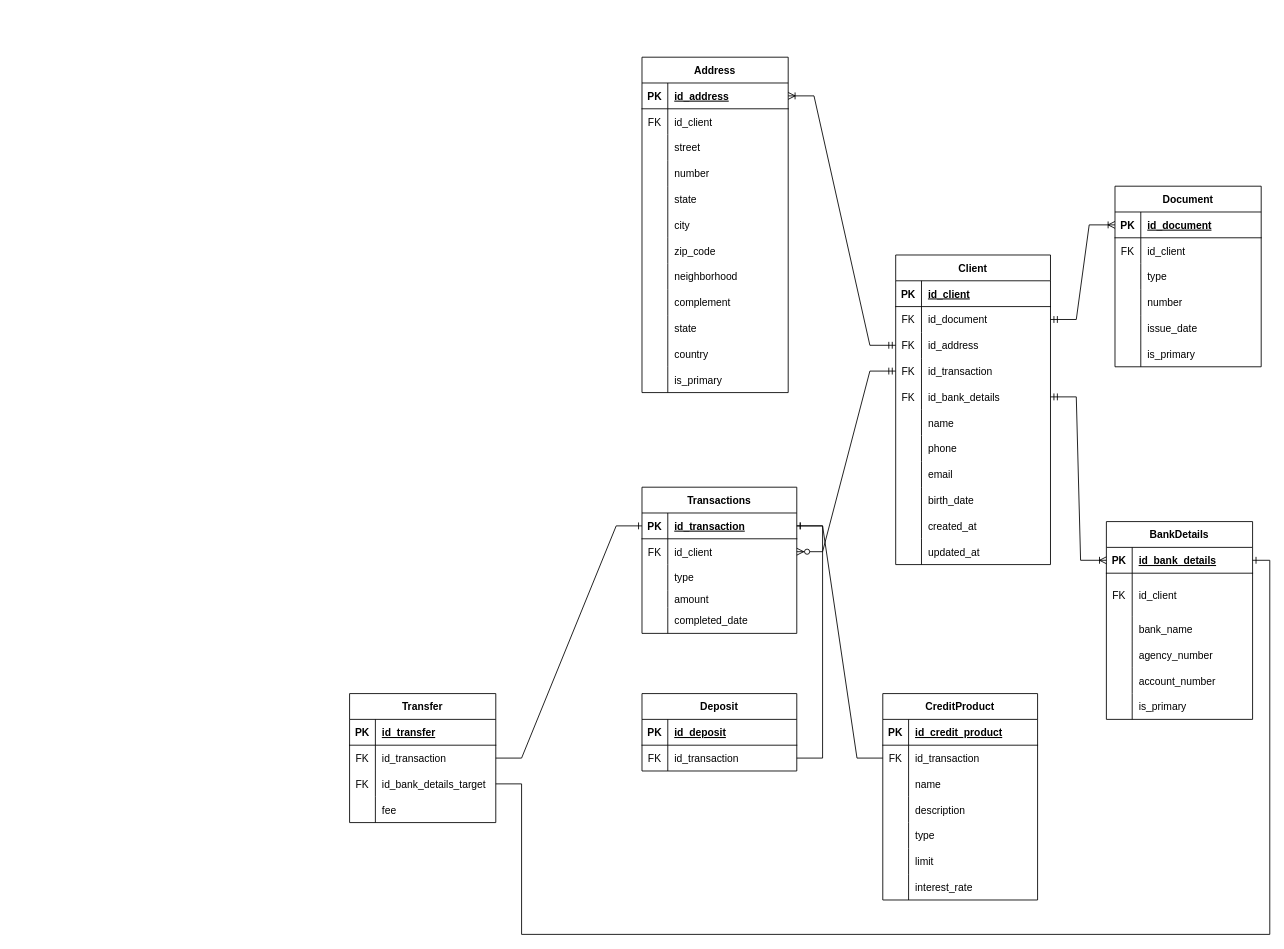
Earlier version of the draw.io diagram parte-1-v0.2.drawio (AnthonyMoura/random). Source tidied: cells renumbered, new cells numbered last; positions are measured from the earlier drawing's top-left corner, leaving out a move shared by most shapes. Both pictures are drawn from the tidied source at 86%, with x=0, y=0 at pixel (349, 57).
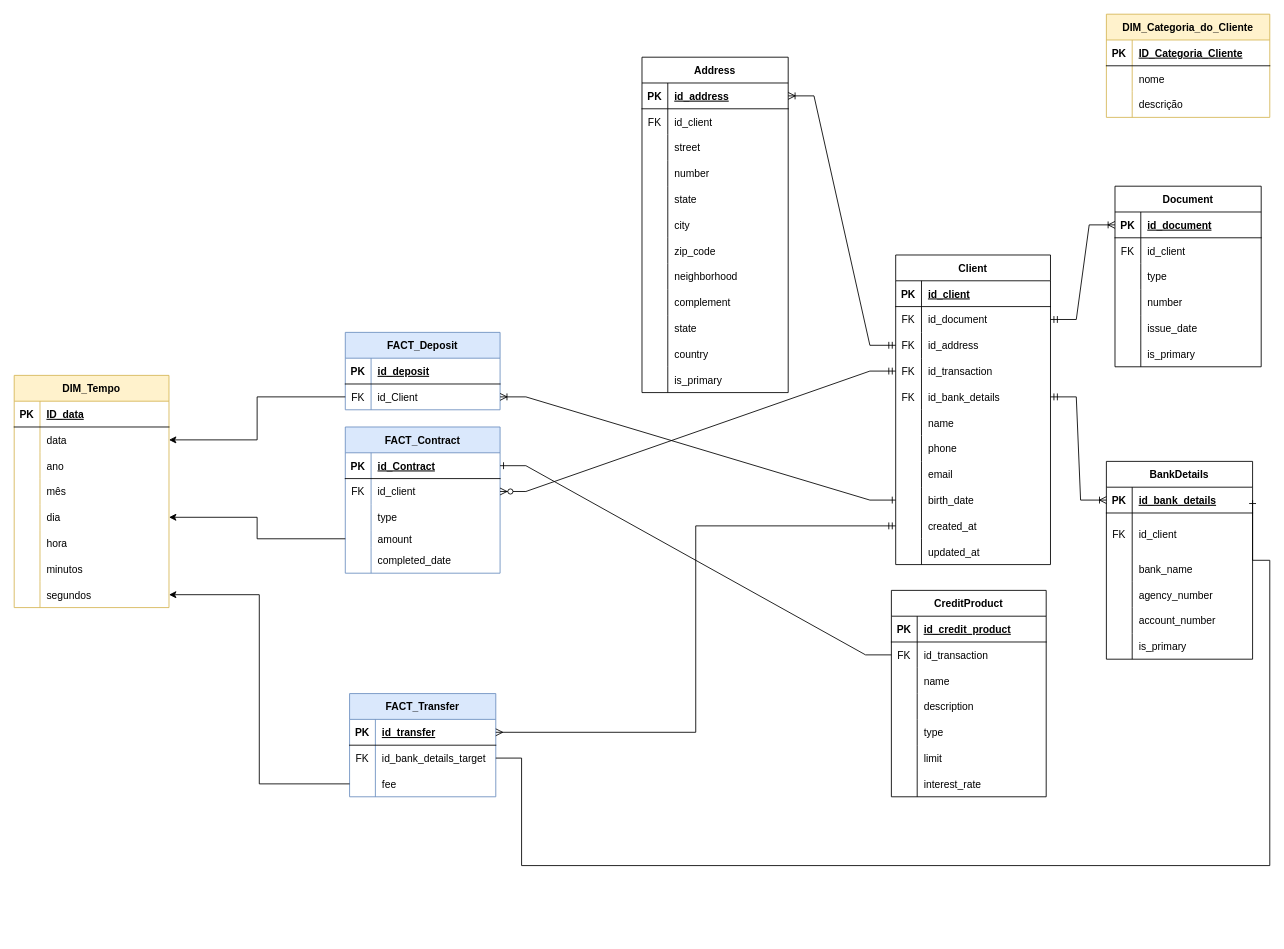
The same diagram, later.

The change refers to these unchanged cells:
```xml
<mxCell id="27" style="shape=tableRow;horizontal=0;startSize=0;swimlaneHead=0;swimlaneBody=0;fillColor=none;points=[[0,0.5],[1,0.5]];portConstraint=eastwest;top=0;left=0;right=0;bottom=0;" parent="2" vertex="1">
  <mxGeometry y="270" width="180" height="30" as="geometry" />
</mxCell>
<mxCell id="30" style="shape=tableRow;horizontal=0;startSize=0;swimlaneHead=0;swimlaneBody=0;fillColor=none;points=[[0,0.5],[1,0.5]];portConstraint=eastwest;top=0;left=0;right=0;bottom=0;" parent="2" vertex="1">
  <mxGeometry y="300" width="180" height="30" as="geometry" />
</mxCell>
<mxCell id="40" style="shape=tableRow;horizontal=0;startSize=0;swimlaneHead=0;swimlaneBody=0;fillColor=none;points=[[0,0.5],[1,0.5]];portConstraint=eastwest;top=0;left=0;right=0;bottom=0;" parent="36" vertex="1">
  <mxGeometry y="60" width="180" height="30" as="geometry" />
</mxCell>
<mxCell id="66" style="shape=tableRow;horizontal=0;startSize=0;swimlaneHead=0;swimlaneBody=0;fillColor=none;points=[[0,0.5],[1,0.5]];portConstraint=eastwest;top=0;left=0;right=0;bottom=1;" parent="65" vertex="1">
  <mxGeometry y="30" width="180" height="30" as="geometry" />
</mxCell>
<mxCell id="75" style="shape=tableRow;horizontal=0;startSize=0;swimlaneHead=0;swimlaneBody=0;fillColor=none;points=[[0,0.5],[1,0.5]];portConstraint=eastwest;top=0;left=0;right=0;bottom=0;" parent="65" vertex="1">
  <mxGeometry y="120" width="180" height="20" as="geometry" />
</mxCell>
<mxCell id="82" style="shape=tableRow;horizontal=0;startSize=0;swimlaneHead=0;swimlaneBody=0;fillColor=none;points=[[0,0.5],[1,0.5]];portConstraint=eastwest;top=0;left=0;right=0;bottom=1;" parent="81" vertex="1">
  <mxGeometry y="30" width="170" height="30" as="geometry" />
</mxCell>
<mxCell id="151" style="shape=tableRow;horizontal=0;startSize=0;swimlaneHead=0;swimlaneBody=0;fillColor=none;points=[[0,0.5],[1,0.5]];portConstraint=eastwest;top=0;left=0;right=0;bottom=1;" parent="150" vertex="1">
  <mxGeometry y="30" width="170" height="30" as="geometry" />
</mxCell>
```

The edit, as a diff of the source:
```diff
@@
-    <mxCell id="36" value="Deposit" style="shape=table;startSize=30;childLayout=tableLayout;rowLines=0;fontStyle=1;align=center;" parent="1" vertex="1">
-      <mxGeometry x="340" y="740" width="180" height="90" as="geometry" />
+    <mxCell id="36" value="FACT_Deposit" style="shape=table;startSize=30;childLayout=tableLayout;rowLines=0;fontStyle=1;align=center;fillColor=#dae8fc;strokeColor=#6c8ebf;" parent="1" vertex="1">
+      <mxGeometry x="-5" y="320" width="180" height="90" as="geometry" />
     </mxCell>
@@
-    <mxCell id="42" value="id_transaction" style="shape=partialRectangle;fillColor=none;top=0;left=0;bottom=0;right=0;align=left;spacingLeft=6;overflow=hidden;" parent="40" vertex="1">
+    <mxCell id="42" value="id_Client" style="shape=partialRectangle;fillColor=none;top=0;left=0;bottom=0;right=0;align=left;spacingLeft=6;overflow=hidden;" parent="40" vertex="1">
       <mxGeometry x="30" width="150" height="30" as="geometry" />
     </mxCell>
     <mxCell id="43" value="CreditProduct" style="shape=table;startSize=30;childLayout=tableLayout;rowLines=0;fontStyle=1;align=center;" parent="1" vertex="1">
-      <mxGeometry x="620" y="740" width="180" height="240" as="geometry" />
+      <mxGeometry x="630" y="620" width="180" height="240" as="geometry" />
     </mxCell>
@@
-    <mxCell id="65" value="Transactions" style="shape=table;startSize=30;childLayout=tableLayout;rowLines=0;fontStyle=1;align=center;" parent="1" vertex="1">
-      <mxGeometry x="340" y="500" width="180" height="170" as="geometry" />
+    <mxCell id="65" value="FACT_Contract" style="shape=table;startSize=30;childLayout=tableLayout;rowLines=0;fontStyle=1;align=center;fillColor=#dae8fc;strokeColor=#6c8ebf;" parent="1" vertex="1">
+      <mxGeometry x="-5" y="430" width="180" height="170" as="geometry" />
     </mxCell>
@@
-    <mxCell id="68" value="id_transaction" style="shape=partialRectangle;fillColor=none;top=0;left=0;bottom=0;right=0;align=left;spacingLeft=6;fontStyle=5;overflow=hidden;" parent="66" vertex="1">
+    <mxCell id="68" value="id_Contract" style="shape=partialRectangle;fillColor=none;top=0;left=0;bottom=0;right=0;align=left;spacingLeft=6;fontStyle=5;overflow=hidden;" parent="66" vertex="1">
       <mxGeometry x="30" width="150" height="30" as="geometry" />
     </mxCell>
@@
-    <mxCell id="81" value="Transfer" style="shape=table;startSize=30;childLayout=tableLayout;rowLines=0;fontStyle=1;align=center;" parent="1" vertex="1">
-      <mxGeometry y="740" width="170" height="150" as="geometry" />
+    <mxCell id="81" value="FACT_Transfer" style="shape=table;startSize=30;childLayout=tableLayout;rowLines=0;fontStyle=1;align=center;fillColor=#dae8fc;strokeColor=#6c8ebf;" parent="1" vertex="1">
+      <mxGeometry y="740" width="170" height="120" as="geometry" />
     </mxCell>
@@
-    <mxCell id="85" style="shape=tableRow;horizontal=0;startSize=0;swimlaneHead=0;swimlaneBody=0;fillColor=none;points=[[0,0.5],[1,0.5]];portConstraint=eastwest;top=0;left=0;right=0;bottom=0;" parent="81" vertex="1">
-      <mxGeometry y="60" width="170" height="30" as="geometry" />
-    </mxCell>
-    <mxCell id="86" value="FK" style="shape=partialRectangle;fillColor=none;top=0;left=0;bottom=0;right=0;overflow=hidden;" parent="85" vertex="1">
-      <mxGeometry width="30" height="30" as="geometry" />
-    </mxCell>
-    <mxCell id="87" value="id_transaction" style="shape=partialRectangle;fillColor=none;top=0;left=0;bottom=0;right=0;align=left;spacingLeft=6;overflow=hidden;" parent="85" vertex="1">
-      <mxGeometry x="30" width="140" height="30" as="geometry" />
-    </mxCell>
     <mxCell id="88" style="shape=tableRow;horizontal=0;startSize=0;swimlaneHead=0;swimlaneBody=0;fillColor=none;points=[[0,0.5],[1,0.5]];portConstraint=eastwest;top=0;left=0;right=0;bottom=0;" parent="81" vertex="1">
-      <mxGeometry y="90" width="170" height="30" as="geometry" />
+      <mxGeometry y="60" width="170" height="30" as="geometry" />
     </mxCell>
@@
     <mxCell id="91" style="shape=tableRow;horizontal=0;startSize=0;swimlaneHead=0;swimlaneBody=0;fillColor=none;points=[[0,0.5],[1,0.5]];portConstraint=eastwest;top=0;left=0;right=0;bottom=0;" parent="81" vertex="1">
-      <mxGeometry y="120" width="170" height="30" as="geometry" />
+      <mxGeometry y="90" width="170" height="30" as="geometry" />
     </mxCell>
@@
     <mxCell id="150" value="BankDetails" style="shape=table;startSize=30;childLayout=tableLayout;rowLines=0;fontStyle=1;align=center;" parent="1" vertex="1">
-      <mxGeometry x="880" y="540" width="170" height="230" as="geometry" />
+      <mxGeometry x="880" y="470" width="170" height="230" as="geometry" />
     </mxCell>
@@
-    <mxCell id="173" style="edgeStyle=entityRelationEdgeStyle;fontSize=12;html=1;endArrow=ERone;endFill=1;rounded=0;" parent="1" edge="1" source="85" target="66">
-      <mxGeometry relative="1" as="geometry" />
-    </mxCell>
-    <mxCell id="174" style="edgeStyle=entityRelationEdgeStyle;fontSize=12;html=1;endArrow=ERone;endFill=1;rounded=0;" parent="1" edge="1" source="40" target="66">
+    <mxCell id="174" style="edgeStyle=entityRelationEdgeStyle;fontSize=12;html=1;endArrow=ERone;endFill=1;rounded=0;entryX=0;entryY=0.5;entryDx=0;entryDy=0;startArrow=ERoneToMany;startFill=0;" parent="1" edge="1" source="40" target="27">
       <mxGeometry relative="1" as="geometry" />
     </mxCell>
@@
-    <mxCell id="176" style="edgeStyle=orthogonalEdgeStyle;fontSize=12;html=1;endArrow=ERone;endFill=1;rounded=0;entryX=1;entryY=0.5;entryDx=0;entryDy=0;" parent="1" edge="1" source="88" target="151">
+    <mxCell id="176" style="edgeStyle=orthogonalEdgeStyle;fontSize=12;html=1;endArrow=ERone;endFill=1;rounded=0;entryX=1;entryY=0.5;entryDx=0;entryDy=0;exitX=1;exitY=0.5;exitDx=0;exitDy=0;" parent="1" edge="1" source="88" target="151">
       <mxGeometry relative="1" as="geometry">
         <Array as="points">
-          <mxPoint x="200" y="845" />
-          <mxPoint x="200" y="1020" />
-          <mxPoint x="1070" y="1020" />
+          <mxPoint x="200" y="815" />
+          <mxPoint x="200" y="940" />
+          <mxPoint x="1070" y="940" />
           <mxPoint x="1070" y="585" />
+          <mxPoint x="1050" y="585" />
         </Array>
       </mxGeometry>
     </mxCell>
+    <mxCell id="177" value="DIM_Tempo" style="shape=table;startSize=30;childLayout=tableLayout;rowLines=0;fontStyle=1;align=center;fillColor=#fff2cc;strokeColor=#d6b656;" parent="1" vertex="1">
+      <mxGeometry x="-390" y="370" width="180" height="270" as="geometry" />
+    </mxCell>
+    <mxCell id="178" style="shape=tableRow;horizontal=0;startSize=0;swimlaneHead=0;swimlaneBody=0;fillColor=none;top=0;left=0;right=0;bottom=1;" parent="177" vertex="1">
+      <mxGeometry y="30" width="180" height="30" as="geometry" />
+    </mxCell>
+    <mxCell id="179" value="PK" style="shape=partialRectangle;fillColor=none;top=0;left=0;bottom=0;right=0;fontStyle=1;overflow=hidden;" parent="178" vertex="1">
+      <mxGeometry width="30" height="30" as="geometry" />
+    </mxCell>
+    <mxCell id="180" value="ID_data" style="shape=partialRectangle;fillColor=none;top=0;left=0;bottom=0;right=0;align=left;spacingLeft=6;fontStyle=5;overflow=hidden;" parent="178" vertex="1">
+      <mxGeometry x="30" width="150" height="30" as="geometry" />
+    </mxCell>
+    <mxCell id="181" style="shape=tableRow;horizontal=0;startSize=0;swimlaneHead=0;swimlaneBody=0;fillColor=none;points=[[0,0.5],[1,0.5]];portConstraint=eastwest;top=0;left=0;right=0;bottom=0;" parent="177" vertex="1">
+      <mxGeometry y="60" width="180" height="30" as="geometry" />
+    </mxCell>
+    <mxCell id="182" style="shape=partialRectangle;fillColor=none;top=0;left=0;bottom=0;right=0;overflow=hidden;" parent="181" vertex="1">
+      <mxGeometry width="30" height="30" as="geometry" />
+    </mxCell>
+    <mxCell id="183" value="data" style="shape=partialRectangle;fillColor=none;top=0;left=0;bottom=0;right=0;align=left;spacingLeft=6;overflow=hidden;" parent="181" vertex="1">
+      <mxGeometry x="30" width="150" height="30" as="geometry" />
+    </mxCell>
+    <mxCell id="184" style="shape=tableRow;horizontal=0;startSize=0;swimlaneHead=0;swimlaneBody=0;fillColor=none;top=0;left=0;right=0;bottom=0;" parent="177" vertex="1">
+      <mxGeometry y="90" width="180" height="30" as="geometry" />
+    </mxCell>
+    <mxCell id="185" style="shape=partialRectangle;fillColor=none;top=0;left=0;bottom=0;right=0;overflow=hidden;" parent="184" vertex="1">
+      <mxGeometry width="30" height="30" as="geometry" />
+    </mxCell>
+    <mxCell id="186" value="ano" style="shape=partialRectangle;fillColor=none;top=0;left=0;bottom=0;right=0;align=left;spacingLeft=6;overflow=hidden;" parent="184" vertex="1">
+      <mxGeometry x="30" width="150" height="30" as="geometry" />
+    </mxCell>
+    <mxCell id="187" style="shape=tableRow;horizontal=0;startSize=0;swimlaneHead=0;swimlaneBody=0;fillColor=none;top=0;left=0;right=0;bottom=0;" parent="177" vertex="1">
+      <mxGeometry y="120" width="180" height="30" as="geometry" />
+    </mxCell>
+    <mxCell id="188" style="shape=partialRectangle;fillColor=none;top=0;left=0;bottom=0;right=0;overflow=hidden;" parent="187" vertex="1">
+      <mxGeometry width="30" height="30" as="geometry" />
+    </mxCell>
+    <mxCell id="189" value="mês" style="shape=partialRectangle;fillColor=none;top=0;left=0;bottom=0;right=0;align=left;spacingLeft=6;overflow=hidden;" parent="187" vertex="1">
+      <mxGeometry x="30" width="150" height="30" as="geometry" />
+    </mxCell>
+    <mxCell id="190" style="shape=tableRow;horizontal=0;startSize=0;swimlaneHead=0;swimlaneBody=0;fillColor=none;points=[[0,0.5],[1,0.5]];portConstraint=eastwest;top=0;left=0;right=0;bottom=0;" parent="177" vertex="1">
+      <mxGeometry y="150" width="180" height="30" as="geometry" />
+    </mxCell>
+    <mxCell id="191" style="shape=partialRectangle;fillColor=none;top=0;left=0;bottom=0;right=0;overflow=hidden;" parent="190" vertex="1">
+      <mxGeometry width="30" height="30" as="geometry" />
+    </mxCell>
+    <mxCell id="192" value="dia" style="shape=partialRectangle;fillColor=none;top=0;left=0;bottom=0;right=0;align=left;spacingLeft=6;overflow=hidden;" parent="190" vertex="1">
+      <mxGeometry x="30" width="150" height="30" as="geometry" />
+    </mxCell>
+    <mxCell id="193" style="shape=tableRow;horizontal=0;startSize=0;swimlaneHead=0;swimlaneBody=0;fillColor=none;top=0;left=0;right=0;bottom=0;" parent="177" vertex="1">
+      <mxGeometry y="180" width="180" height="30" as="geometry" />
+    </mxCell>
+    <mxCell id="194" style="shape=partialRectangle;fillColor=none;top=0;left=0;bottom=0;right=0;overflow=hidden;" parent="193" vertex="1">
+      <mxGeometry width="30" height="30" as="geometry" />
+    </mxCell>
+    <mxCell id="195" value="hora" style="shape=partialRectangle;fillColor=none;top=0;left=0;bottom=0;right=0;align=left;spacingLeft=6;overflow=hidden;" parent="193" vertex="1">
+      <mxGeometry x="30" width="150" height="30" as="geometry" />
+    </mxCell>
+    <mxCell id="196" style="shape=tableRow;horizontal=0;startSize=0;swimlaneHead=0;swimlaneBody=0;fillColor=none;top=0;left=0;right=0;bottom=0;" parent="177" vertex="1">
+      <mxGeometry y="210" width="180" height="30" as="geometry" />
+    </mxCell>
+    <mxCell id="197" style="shape=partialRectangle;fillColor=none;top=0;left=0;bottom=0;right=0;overflow=hidden;" parent="196" vertex="1">
+      <mxGeometry width="30" height="30" as="geometry" />
+    </mxCell>
+    <mxCell id="198" value="minutos" style="shape=partialRectangle;fillColor=none;top=0;left=0;bottom=0;right=0;align=left;spacingLeft=6;overflow=hidden;" parent="196" vertex="1">
+      <mxGeometry x="30" width="150" height="30" as="geometry" />
+    </mxCell>
+    <mxCell id="199" style="shape=tableRow;horizontal=0;startSize=0;swimlaneHead=0;swimlaneBody=0;fillColor=none;points=[[0,0.5],[1,0.5]];portConstraint=eastwest;top=0;left=0;right=0;bottom=0;" parent="177" vertex="1">
+      <mxGeometry y="240" width="180" height="30" as="geometry" />
+    </mxCell>
+    <mxCell id="200" style="shape=partialRectangle;fillColor=none;top=0;left=0;bottom=0;right=0;overflow=hidden;" parent="199" vertex="1">
+      <mxGeometry width="30" height="30" as="geometry" />
+    </mxCell>
+    <mxCell id="201" value="segundos" style="shape=partialRectangle;fillColor=none;top=0;left=0;bottom=0;right=0;align=left;spacingLeft=6;overflow=hidden;" parent="199" vertex="1">
+      <mxGeometry x="30" width="150" height="30" as="geometry" />
+    </mxCell>
+    <mxCell id="202" style="edgeStyle=orthogonalEdgeStyle;rounded=0;jettySize=auto;html=1;exitX=0;exitY=0.5;exitDx=0;exitDy=0;entryX=1;entryY=0.5;entryDx=0;entryDy=0;startArrow=ERmandOne;startFill=0;endArrow=ERmany;endFill=0;" parent="1" edge="1" source="30" target="82">
+      <mxGeometry relative="1" as="geometry" />
+    </mxCell>
+    <mxCell id="203" value="DIM_Categoria_do_Cliente" style="shape=table;startSize=30;childLayout=tableLayout;rowLines=0;fontStyle=1;align=center;fillColor=#fff2cc;strokeColor=#d6b656;" parent="1" vertex="1">
+      <mxGeometry x="880" y="-50" width="190" height="120" as="geometry" />
+    </mxCell>
+    <mxCell id="204" style="shape=tableRow;horizontal=0;startSize=0;swimlaneHead=0;swimlaneBody=0;fillColor=none;top=0;left=0;right=0;bottom=1;" parent="203" vertex="1">
+      <mxGeometry y="30" width="190" height="30" as="geometry" />
+    </mxCell>
+    <mxCell id="205" value="PK" style="shape=partialRectangle;fillColor=none;top=0;left=0;bottom=0;right=0;fontStyle=1;overflow=hidden;" parent="204" vertex="1">
+      <mxGeometry width="30" height="30" as="geometry" />
+    </mxCell>
+    <mxCell id="206" value="ID_Categoria_Cliente" style="shape=partialRectangle;fillColor=none;top=0;left=0;bottom=0;right=0;align=left;spacingLeft=6;fontStyle=5;overflow=hidden;" parent="204" vertex="1">
+      <mxGeometry x="30" width="160" height="30" as="geometry" />
+    </mxCell>
+    <mxCell id="207" style="shape=tableRow;horizontal=0;startSize=0;swimlaneHead=0;swimlaneBody=0;fillColor=none;top=0;left=0;right=0;bottom=0;" parent="203" vertex="1">
+      <mxGeometry y="60" width="190" height="30" as="geometry" />
+    </mxCell>
+    <mxCell id="208" style="shape=partialRectangle;fillColor=none;top=0;left=0;bottom=0;right=0;overflow=hidden;" parent="207" vertex="1">
+      <mxGeometry width="30" height="30" as="geometry" />
+    </mxCell>
+    <mxCell id="209" value="nome" style="shape=partialRectangle;fillColor=none;top=0;left=0;bottom=0;right=0;align=left;spacingLeft=6;overflow=hidden;" parent="207" vertex="1">
+      <mxGeometry x="30" width="160" height="30" as="geometry" />
+    </mxCell>
+    <mxCell id="210" style="shape=tableRow;horizontal=0;startSize=0;swimlaneHead=0;swimlaneBody=0;fillColor=none;top=0;left=0;right=0;bottom=0;" parent="203" vertex="1">
+      <mxGeometry y="90" width="190" height="30" as="geometry" />
+    </mxCell>
+    <mxCell id="211" style="shape=partialRectangle;fillColor=none;top=0;left=0;bottom=0;right=0;overflow=hidden;" parent="210" vertex="1">
+      <mxGeometry width="30" height="30" as="geometry" />
+    </mxCell>
+    <mxCell id="212" value="descrição" style="shape=partialRectangle;fillColor=none;top=0;left=0;bottom=0;right=0;align=left;spacingLeft=6;overflow=hidden;" parent="210" vertex="1">
+      <mxGeometry x="30" width="160" height="30" as="geometry" />
+    </mxCell>
+    <mxCell id="213" style="edgeStyle=orthogonalEdgeStyle;rounded=0;jettySize=auto;html=1;exitX=0;exitY=0.5;exitDx=0;exitDy=0;entryX=1;entryY=0.5;entryDx=0;entryDy=0;" parent="1" edge="1" source="40" target="181">
+      <mxGeometry relative="1" as="geometry" />
+    </mxCell>
+    <mxCell id="214" style="edgeStyle=orthogonalEdgeStyle;rounded=0;jettySize=auto;html=1;exitX=0;exitY=0.5;exitDx=0;exitDy=0;entryX=1;entryY=0.5;entryDx=0;entryDy=0;" parent="1" edge="1" source="75" target="190">
+      <mxGeometry relative="1" as="geometry" />
+    </mxCell>
+    <mxCell id="215" style="edgeStyle=orthogonalEdgeStyle;rounded=0;jettySize=auto;html=1;exitX=0;exitY=0.5;exitDx=0;exitDy=0;entryX=1;entryY=0.5;entryDx=0;entryDy=0;" parent="1" edge="1" source="91" target="199">
+      <mxGeometry relative="1" as="geometry" />
+    </mxCell>
```
